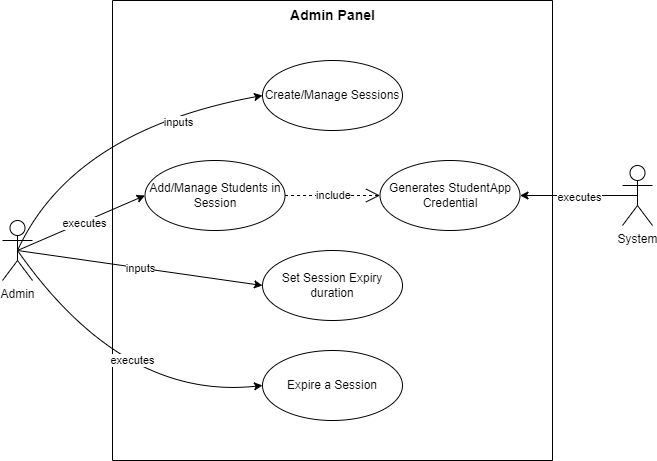
Above: Project Real-Time Bus ID Verification and Tracking/DOCUMENTATION/UseCaseDiagrams/SessionStudentManagement.png in Abubakar-doc/FYP-24-SE-A-204 (draw.io), before the change. Source tidied: cells renumbered, new cells last; positions are measured from the earlier drawing's top-left corner, leaving out a move shared by most shapes.
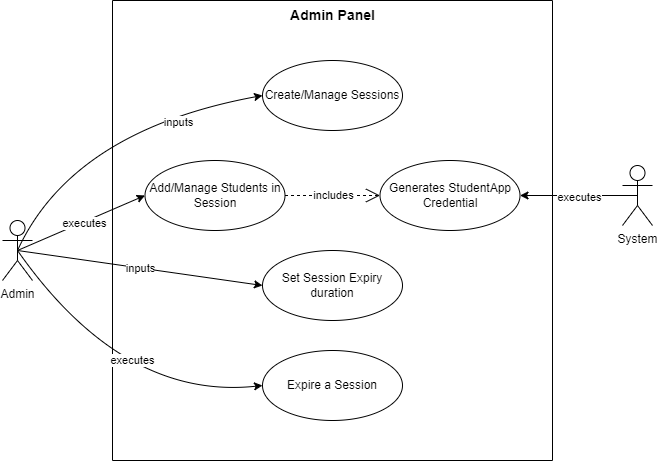
After the change.

Change to the diagram source:
```diff
@@ -17,7 +17,7 @@
     <mxCell id="6" value="Add/Manage Students in Session" style="ellipse;whiteSpace=wrap;html=1;fillColor=none;" parent="2" vertex="1">
       <mxGeometry x="32.5" y="160" width="140" height="70" as="geometry" />
     </mxCell>
-    <mxCell id="7" value="include" style="endArrow=open;endSize=12;dashed=1;html=1;rounded=0;exitX=1;exitY=0.5;exitDx=0;exitDy=0;" parent="2" edge="1" source="6" target="5">
+    <mxCell id="7" value="includes" style="endArrow=open;endSize=12;dashed=1;html=1;rounded=0;exitX=1;exitY=0.5;exitDx=0;exitDy=0;" parent="2" edge="1" source="6" target="5">
       <mxGeometry relative="1" as="geometry" />
     </mxCell>
     <mxCell id="8" value="&lt;b&gt;&lt;font style=&quot;font-size: 14px;&quot;&gt;Admin Panel&lt;/font&gt;&lt;/b&gt;" style="text;html=1;align=center;verticalAlign=middle;strokeColor=none;fillColor=none;" parent="2" vertex="1">
```
